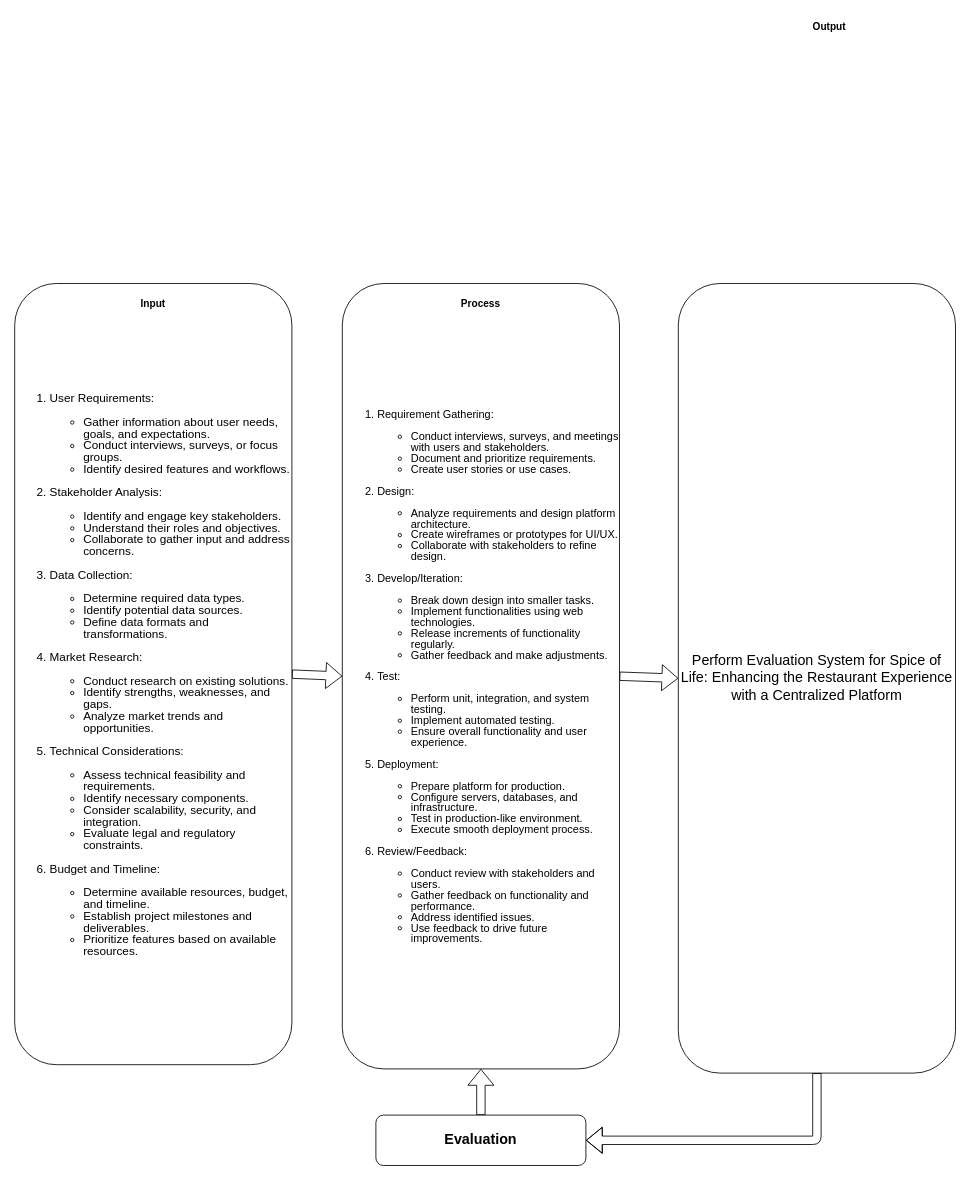
Earlier version of the draw.io diagram conceptual.drawio (AriesJ12/Full-fledge-website-first-). Source tidied: cells renumbered, new cells numbered last; positions are measured from the earlier drawing's top-left corner, leaving out a move shared by most shapes. Both pictures are drawn from the tidied source at 84%, with x=0, y=0 at pixel (14, 14).
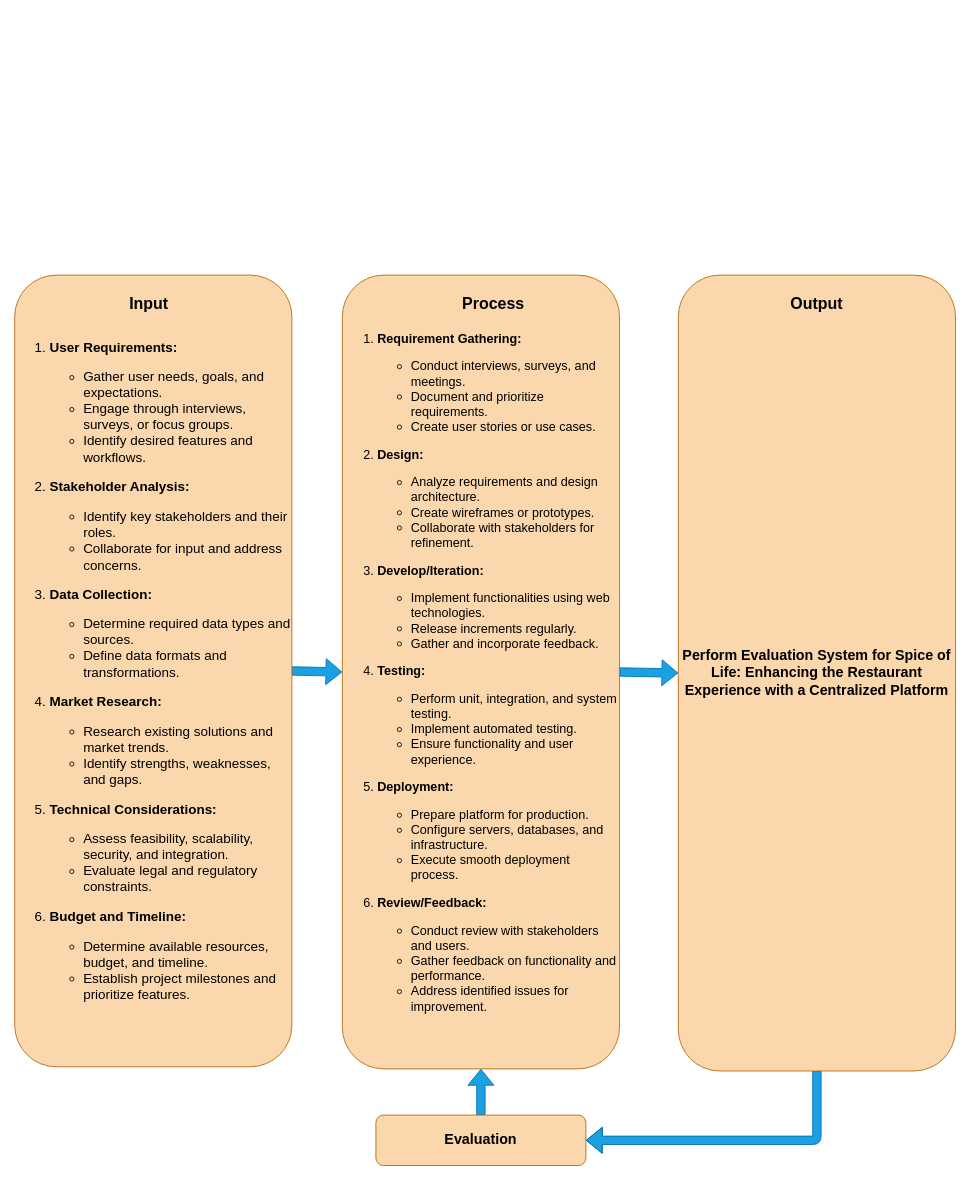
The same diagram, later.

Commit message (it also covers changes not shown here):
finished the diagrams(v2)

The edit, as a diff of the source:
```diff
@@
 <mxGraphModel>
   <root>
     <mxCell id="0" />
     <mxCell id="1" parent="0" />
-    <mxCell id="2" style="edgeStyle=none;shape=flexArrow;html=1;exitX=1;exitY=0.5;exitDx=0;exitDy=0;entryX=0;entryY=0.5;entryDx=0;entryDy=0;" parent="1" edge="1" source="3" target="6">
+    <mxCell id="2" style="edgeStyle=none;shape=flexArrow;html=1;exitX=1;exitY=0.5;exitDx=0;exitDy=0;entryX=0;entryY=0.5;entryDx=0;entryDy=0;fillColor=#1ba1e2;strokeColor=#006EAF;" parent="1" edge="1" source="3" target="6">
       <mxGeometry relative="1" as="geometry" />
     </mxCell>
-    <mxCell id="3" value="&lt;div style=&quot;font-size: 14px;&quot;&gt;&lt;ol style=&quot;line-height: 100%;&quot;&gt;&lt;li&gt;&lt;p style=&quot;line-height: 100%;&quot;&gt;User Requirements:&lt;/p&gt;&lt;ul style=&quot;line-height: 100%;&quot;&gt;&lt;li&gt;Gather information about user needs, goals, and expectations.&lt;/li&gt;&lt;li&gt;Conduct interviews, surveys, or focus groups.&lt;/li&gt;&lt;li&gt;Identify desired features and workflows.&lt;/li&gt;&lt;/ul&gt;&lt;/li&gt;&lt;li&gt;&lt;p style=&quot;line-height: 100%;&quot;&gt;Stakeholder Analysis:&lt;/p&gt;&lt;ul style=&quot;line-height: 100%;&quot;&gt;&lt;li&gt;Identify and engage key stakeholders.&lt;/li&gt;&lt;li&gt;Understand their roles and objectives.&lt;/li&gt;&lt;li&gt;Collaborate to gather input and address concerns.&lt;/li&gt;&lt;/ul&gt;&lt;/li&gt;&lt;li&gt;&lt;p style=&quot;line-height: 100%;&quot;&gt;Data Collection:&lt;/p&gt;&lt;ul style=&quot;line-height: 100%;&quot;&gt;&lt;li&gt;Determine required data types.&lt;/li&gt;&lt;li&gt;Identify potential data sources.&lt;/li&gt;&lt;li&gt;Define data formats and transformations.&lt;/li&gt;&lt;/ul&gt;&lt;/li&gt;&lt;li&gt;&lt;p style=&quot;line-height: 100%;&quot;&gt;Market Research:&lt;/p&gt;&lt;ul style=&quot;line-height: 100%;&quot;&gt;&lt;li&gt;Conduct research on existing solutions.&lt;/li&gt;&lt;li&gt;Identify strengths, weaknesses, and gaps.&lt;/li&gt;&lt;li&gt;Analyze market trends and opportunities.&lt;/li&gt;&lt;/ul&gt;&lt;/li&gt;&lt;li&gt;&lt;p style=&quot;line-height: 100%;&quot;&gt;Technical Considerations:&lt;/p&gt;&lt;ul style=&quot;line-height: 100%;&quot;&gt;&lt;li&gt;Assess technical feasibility and requirements.&lt;/li&gt;&lt;li&gt;Identify necessary components.&lt;/li&gt;&lt;li&gt;Consider scalability, security, and integration.&lt;/li&gt;&lt;li&gt;Evaluate legal and regulatory constraints.&lt;/li&gt;&lt;/ul&gt;&lt;/li&gt;&lt;li&gt;&lt;p style=&quot;line-height: 100%;&quot;&gt;Budget and Timeline:&lt;/p&gt;&lt;ul style=&quot;line-height: 100%;&quot;&gt;&lt;li&gt;Determine available resources, budget, and timeline.&lt;/li&gt;&lt;li&gt;Establish project milestones and deliverables.&lt;/li&gt;&lt;li&gt;Prioritize features based on available resources.&lt;/li&gt;&lt;/ul&gt;&lt;/li&gt;&lt;/ol&gt;&lt;/div&gt;" style="rounded=1;whiteSpace=wrap;html=1;align=left;" parent="1" vertex="1">
-      <mxGeometry y="320" width="330" height="930" as="geometry" />
+    <mxCell id="3" value="&lt;div style=&quot;font-size: 16px;&quot;&gt;&lt;div&gt;&lt;ol&gt;&lt;li&gt;&lt;p&gt;&lt;b&gt;User Requirements:&lt;/b&gt;&lt;/p&gt;&lt;ul&gt;&lt;li&gt;Gather user needs, goals, and expectations.&lt;/li&gt;&lt;li&gt;Engage through interviews, surveys, or focus groups.&lt;/li&gt;&lt;li&gt;Identify desired features and workflows.&lt;/li&gt;&lt;/ul&gt;&lt;/li&gt;&lt;li&gt;&lt;p&gt;&lt;b&gt;Stakeholder Analysis:&lt;/b&gt;&lt;/p&gt;&lt;ul&gt;&lt;li&gt;Identify key stakeholders and their roles.&lt;/li&gt;&lt;li&gt;Collaborate for input and address concerns.&lt;/li&gt;&lt;/ul&gt;&lt;/li&gt;&lt;li&gt;&lt;p&gt;&lt;b&gt;Data Collection:&lt;/b&gt;&lt;/p&gt;&lt;ul&gt;&lt;li&gt;Determine required data types and sources.&lt;/li&gt;&lt;li&gt;Define data formats and transformations.&lt;/li&gt;&lt;/ul&gt;&lt;/li&gt;&lt;li&gt;&lt;p&gt;&lt;b&gt;Market Research:&lt;/b&gt;&lt;/p&gt;&lt;ul&gt;&lt;li&gt;Research existing solutions and market trends.&lt;/li&gt;&lt;li&gt;Identify strengths, weaknesses, and gaps.&lt;/li&gt;&lt;/ul&gt;&lt;/li&gt;&lt;li&gt;&lt;p&gt;&lt;b&gt;Technical Considerations:&lt;/b&gt;&lt;/p&gt;&lt;ul&gt;&lt;li&gt;Assess feasibility, scalability, security, and integration.&lt;/li&gt;&lt;li&gt;Evaluate legal and regulatory constraints.&lt;/li&gt;&lt;/ul&gt;&lt;/li&gt;&lt;li&gt;&lt;p&gt;&lt;b&gt;Budget and Timeline:&lt;/b&gt;&lt;/p&gt;&lt;ul&gt;&lt;li&gt;Determine available resources, budget, and timeline.&lt;/li&gt;&lt;li&gt;Establish project milestones and prioritize features.&lt;/li&gt;&lt;/ul&gt;&lt;/li&gt;&lt;/ol&gt;&lt;/div&gt;&lt;/div&gt;" style="rounded=1;whiteSpace=wrap;html=1;align=left;fillColor=#fad7ac;strokeColor=#b46504;" parent="1" vertex="1">
+      <mxGeometry y="310" width="330" height="942.5" as="geometry" />
     </mxCell>
-    <mxCell id="4" value="&lt;b&gt;Input&lt;/b&gt;" style="text;html=1;strokeColor=none;fillColor=none;align=center;verticalAlign=middle;whiteSpace=wrap;rounded=0;" parent="1" vertex="1">
-      <mxGeometry x="135" y="330" width="60" height="30" as="geometry" />
+    <mxCell id="4" value="&lt;b&gt;&lt;font style=&quot;font-size: 19px;&quot;&gt;Input&lt;/font&gt;&lt;/b&gt;" style="text;html=1;strokeColor=none;fillColor=none;align=center;verticalAlign=middle;whiteSpace=wrap;rounded=0;" parent="1" vertex="1">
+      <mxGeometry x="130" y="330" width="60" height="30" as="geometry" />
     </mxCell>
-    <mxCell id="5" style="edgeStyle=none;shape=flexArrow;html=1;exitX=1;exitY=0.5;exitDx=0;exitDy=0;entryX=0;entryY=0.5;entryDx=0;entryDy=0;" parent="1" edge="1" source="6" target="9">
+    <mxCell id="5" style="edgeStyle=none;shape=flexArrow;html=1;exitX=1;exitY=0.5;exitDx=0;exitDy=0;entryX=0;entryY=0.5;entryDx=0;entryDy=0;fillColor=#1ba1e2;strokeColor=#006EAF;" parent="1" edge="1" source="6" target="9">
       <mxGeometry relative="1" as="geometry" />
     </mxCell>
-    <mxCell id="6" value="&lt;ol style=&quot;line-height: 100%; font-size: 13px;&quot;&gt;&lt;li&gt;&lt;p style=&quot;line-height: 100%;&quot;&gt;Requirement Gathering:&lt;/p&gt;&lt;ul style=&quot;line-height: 100%;&quot;&gt;&lt;li&gt;Conduct interviews, surveys, and meetings with users and stakeholders.&lt;/li&gt;&lt;li&gt;Document and prioritize requirements.&lt;/li&gt;&lt;li&gt;Create user stories or use cases.&lt;/li&gt;&lt;/ul&gt;&lt;/li&gt;&lt;li&gt;&lt;p style=&quot;line-height: 100%;&quot;&gt;Design:&lt;/p&gt;&lt;ul style=&quot;line-height: 100%;&quot;&gt;&lt;li&gt;Analyze requirements and design platform architecture.&lt;/li&gt;&lt;li&gt;Create wireframes or prototypes for UI/UX.&lt;/li&gt;&lt;li&gt;Collaborate with stakeholders to refine design.&lt;/li&gt;&lt;/ul&gt;&lt;/li&gt;&lt;li&gt;&lt;p style=&quot;line-height: 100%;&quot;&gt;Develop/Iteration:&lt;/p&gt;&lt;ul style=&quot;line-height: 100%;&quot;&gt;&lt;li&gt;Break down design into smaller tasks.&lt;/li&gt;&lt;li&gt;Implement functionalities using web technologies.&lt;/li&gt;&lt;li&gt;Release increments of functionality regularly.&lt;/li&gt;&lt;li&gt;Gather feedback and make adjustments.&lt;/li&gt;&lt;/ul&gt;&lt;/li&gt;&lt;li&gt;&lt;p style=&quot;line-height: 100%;&quot;&gt;Test:&lt;/p&gt;&lt;ul style=&quot;line-height: 100%;&quot;&gt;&lt;li&gt;Perform unit, integration, and system testing.&lt;/li&gt;&lt;li&gt;Implement automated testing.&lt;/li&gt;&lt;li&gt;Ensure overall functionality and user experience.&lt;/li&gt;&lt;/ul&gt;&lt;/li&gt;&lt;li&gt;&lt;p style=&quot;line-height: 100%;&quot;&gt;Deployment:&lt;/p&gt;&lt;ul style=&quot;line-height: 100%;&quot;&gt;&lt;li&gt;Prepare platform for production.&lt;/li&gt;&lt;li&gt;Configure servers, databases, and infrastructure.&lt;/li&gt;&lt;li&gt;Test in production-like environment.&lt;/li&gt;&lt;li&gt;Execute smooth deployment process.&lt;/li&gt;&lt;/ul&gt;&lt;/li&gt;&lt;li&gt;&lt;p style=&quot;line-height: 100%;&quot;&gt;Review/Feedback:&lt;/p&gt;&lt;ul style=&quot;line-height: 100%;&quot;&gt;&lt;li&gt;Conduct review with stakeholders and users.&lt;/li&gt;&lt;li&gt;Gather feedback on functionality and performance.&lt;/li&gt;&lt;li&gt;Address identified issues.&lt;/li&gt;&lt;li&gt;Use feedback to drive future improvements.&lt;/li&gt;&lt;/ul&gt;&lt;/li&gt;&lt;/ol&gt;" style="rounded=1;whiteSpace=wrap;html=1;align=left;" parent="1" vertex="1">
-      <mxGeometry x="390" y="320" width="330" height="935" as="geometry" />
+    <mxCell id="6" value="&lt;div class=&quot;flex flex-grow flex-col gap-3&quot;&gt;&lt;div class=&quot;min-h-[20px] flex flex-col items-start gap-4 whitespace-pre-wrap break-words&quot;&gt;&lt;div style=&quot;font-size: 15px;&quot; class=&quot;markdown prose w-full break-words dark:prose-invert light&quot;&gt;&lt;ol&gt;&lt;li&gt;&lt;p&gt;&lt;b&gt;Requirement Gathering:&lt;/b&gt;&lt;/p&gt;&lt;ul&gt;&lt;li&gt;Conduct interviews, surveys, and meetings.&lt;/li&gt;&lt;li&gt;Document and prioritize requirements.&lt;/li&gt;&lt;li&gt;Create user stories or use cases.&lt;/li&gt;&lt;/ul&gt;&lt;/li&gt;&lt;li&gt;&lt;p&gt;&lt;b&gt;Design:&lt;/b&gt;&lt;/p&gt;&lt;ul&gt;&lt;li&gt;Analyze requirements and design architecture.&lt;/li&gt;&lt;li&gt;Create wireframes or prototypes.&lt;/li&gt;&lt;li&gt;Collaborate with stakeholders for refinement.&lt;/li&gt;&lt;/ul&gt;&lt;/li&gt;&lt;li&gt;&lt;p&gt;&lt;b&gt;Develop/Iteration:&lt;/b&gt;&lt;/p&gt;&lt;ul&gt;&lt;li&gt;Implement functionalities using web technologies.&lt;/li&gt;&lt;li&gt;Release increments regularly.&lt;/li&gt;&lt;li&gt;Gather and incorporate feedback.&lt;/li&gt;&lt;/ul&gt;&lt;/li&gt;&lt;li&gt;&lt;p&gt;&lt;b&gt;Testing:&lt;/b&gt;&lt;/p&gt;&lt;ul&gt;&lt;li&gt;Perform unit, integration, and system testing.&lt;/li&gt;&lt;li&gt;Implement automated testing.&lt;/li&gt;&lt;li&gt;Ensure functionality and user experience.&lt;/li&gt;&lt;/ul&gt;&lt;/li&gt;&lt;li&gt;&lt;p&gt;&lt;b&gt;Deployment:&lt;/b&gt;&lt;/p&gt;&lt;ul&gt;&lt;li&gt;Prepare platform for production.&lt;/li&gt;&lt;li&gt;Configure servers, databases, and infrastructure.&lt;/li&gt;&lt;li&gt;Execute smooth deployment process.&lt;/li&gt;&lt;/ul&gt;&lt;/li&gt;&lt;li&gt;&lt;p&gt;&lt;b&gt;Review/Feedback:&lt;/b&gt;&lt;/p&gt;&lt;ul&gt;&lt;li&gt;Conduct review with stakeholders and users.&lt;/li&gt;&lt;li&gt;Gather feedback on functionality and performance.&lt;/li&gt;&lt;li&gt;Address identified issues for improvement.&lt;/li&gt;&lt;/ul&gt;&lt;/li&gt;&lt;/ol&gt;&lt;/div&gt;&lt;/div&gt;&lt;/div&gt;" style="rounded=1;whiteSpace=wrap;html=1;align=left;fillColor=#fad7ac;strokeColor=#b46504;" parent="1" vertex="1">
+      <mxGeometry x="390" y="310" width="330" height="945" as="geometry" />
     </mxCell>
-    <mxCell id="7" value="&lt;b&gt;Process&lt;/b&gt;" style="text;html=1;strokeColor=none;fillColor=none;align=center;verticalAlign=middle;whiteSpace=wrap;rounded=0;" parent="1" vertex="1">
-      <mxGeometry x="525" y="330" width="60" height="30" as="geometry" />
+    <mxCell id="7" value="&lt;b&gt;&lt;font style=&quot;font-size: 19px;&quot;&gt;Process&lt;/font&gt;&lt;/b&gt;" style="text;html=1;strokeColor=none;fillColor=none;align=center;verticalAlign=middle;whiteSpace=wrap;rounded=0;" parent="1" vertex="1">
+      <mxGeometry x="540" y="330" width="60" height="30" as="geometry" />
     </mxCell>
-    <mxCell id="8" style="edgeStyle=none;shape=flexArrow;html=1;exitX=0.5;exitY=1;exitDx=0;exitDy=0;entryX=1;entryY=0.5;entryDx=0;entryDy=0;" parent="1" edge="1" source="9" target="12">
+    <mxCell id="8" style="edgeStyle=none;shape=flexArrow;html=1;exitX=0.5;exitY=1;exitDx=0;exitDy=0;entryX=1;entryY=0.5;entryDx=0;entryDy=0;fillColor=#1ba1e2;strokeColor=#006EAF;" parent="1" edge="1" source="9" target="12">
       <mxGeometry relative="1" as="geometry">
         <Array as="points">
           <mxPoint x="955" y="1340" />
         </Array>
       </mxGeometry>
     </mxCell>
-    <mxCell id="9" value="&lt;font style=&quot;font-size: 17px;&quot;&gt;Perform Evaluation System for&amp;nbsp;Spice of Life: Enhancing the Restaurant Experience with a Centralized Platform&lt;/font&gt;" style="rounded=1;whiteSpace=wrap;html=1;" parent="1" vertex="1">
-      <mxGeometry x="790" y="320" width="330" height="940" as="geometry" />
+    <mxCell id="9" value="&lt;font style=&quot;font-size: 17px;&quot;&gt;&lt;b&gt;Perform Evaluation System for&amp;nbsp;Spice of Life: Enhancing the Restaurant Experience with a Centralized Platform&lt;/b&gt;&lt;/font&gt;" style="rounded=1;whiteSpace=wrap;html=1;fillColor=#fad7ac;strokeColor=#b46504;" parent="1" vertex="1">
+      <mxGeometry x="790" y="310" width="330" height="947.5" as="geometry" />
     </mxCell>
-    <mxCell id="10" value="&lt;b&gt;Output&lt;/b&gt;" style="text;html=1;strokeColor=none;fillColor=none;align=center;verticalAlign=middle;whiteSpace=wrap;rounded=0;" parent="1" vertex="1">
-      <mxGeometry x="940" width="60" height="30" as="geometry" />
+    <mxCell id="10" value="&lt;b&gt;&lt;font style=&quot;font-size: 19px;&quot;&gt;Output&lt;/font&gt;&lt;/b&gt;" style="text;html=1;strokeColor=none;fillColor=none;align=center;verticalAlign=middle;whiteSpace=wrap;rounded=0;" parent="1" vertex="1">
+      <mxGeometry x="925" y="330" width="60" height="30" as="geometry" />
     </mxCell>
-    <mxCell id="11" style="edgeStyle=none;shape=flexArrow;html=1;exitX=0.5;exitY=0;exitDx=0;exitDy=0;entryX=0.5;entryY=1;entryDx=0;entryDy=0;" parent="1" edge="1" source="12" target="6">
+    <mxCell id="11" style="edgeStyle=none;shape=flexArrow;html=1;exitX=0.5;exitY=0;exitDx=0;exitDy=0;entryX=0.5;entryY=1;entryDx=0;entryDy=0;fillColor=#1ba1e2;strokeColor=#006EAF;" parent="1" edge="1" source="12" target="6">
       <mxGeometry relative="1" as="geometry" />
     </mxCell>
-    <mxCell id="12" value="&lt;b&gt;&lt;font style=&quot;font-size: 17px;&quot;&gt;Evaluation&lt;/font&gt;&lt;/b&gt;" style="rounded=1;whiteSpace=wrap;html=1;" parent="1" vertex="1">
+    <mxCell id="12" value="&lt;b&gt;&lt;font style=&quot;font-size: 17px;&quot;&gt;Evaluation&lt;/font&gt;&lt;/b&gt;" style="rounded=1;whiteSpace=wrap;html=1;fillColor=#fad7ac;strokeColor=#b46504;" parent="1" vertex="1">
       <mxGeometry x="430" y="1310" width="250" height="60" as="geometry" />
     </mxCell>
   </root>
 </mxGraphModel>
```
